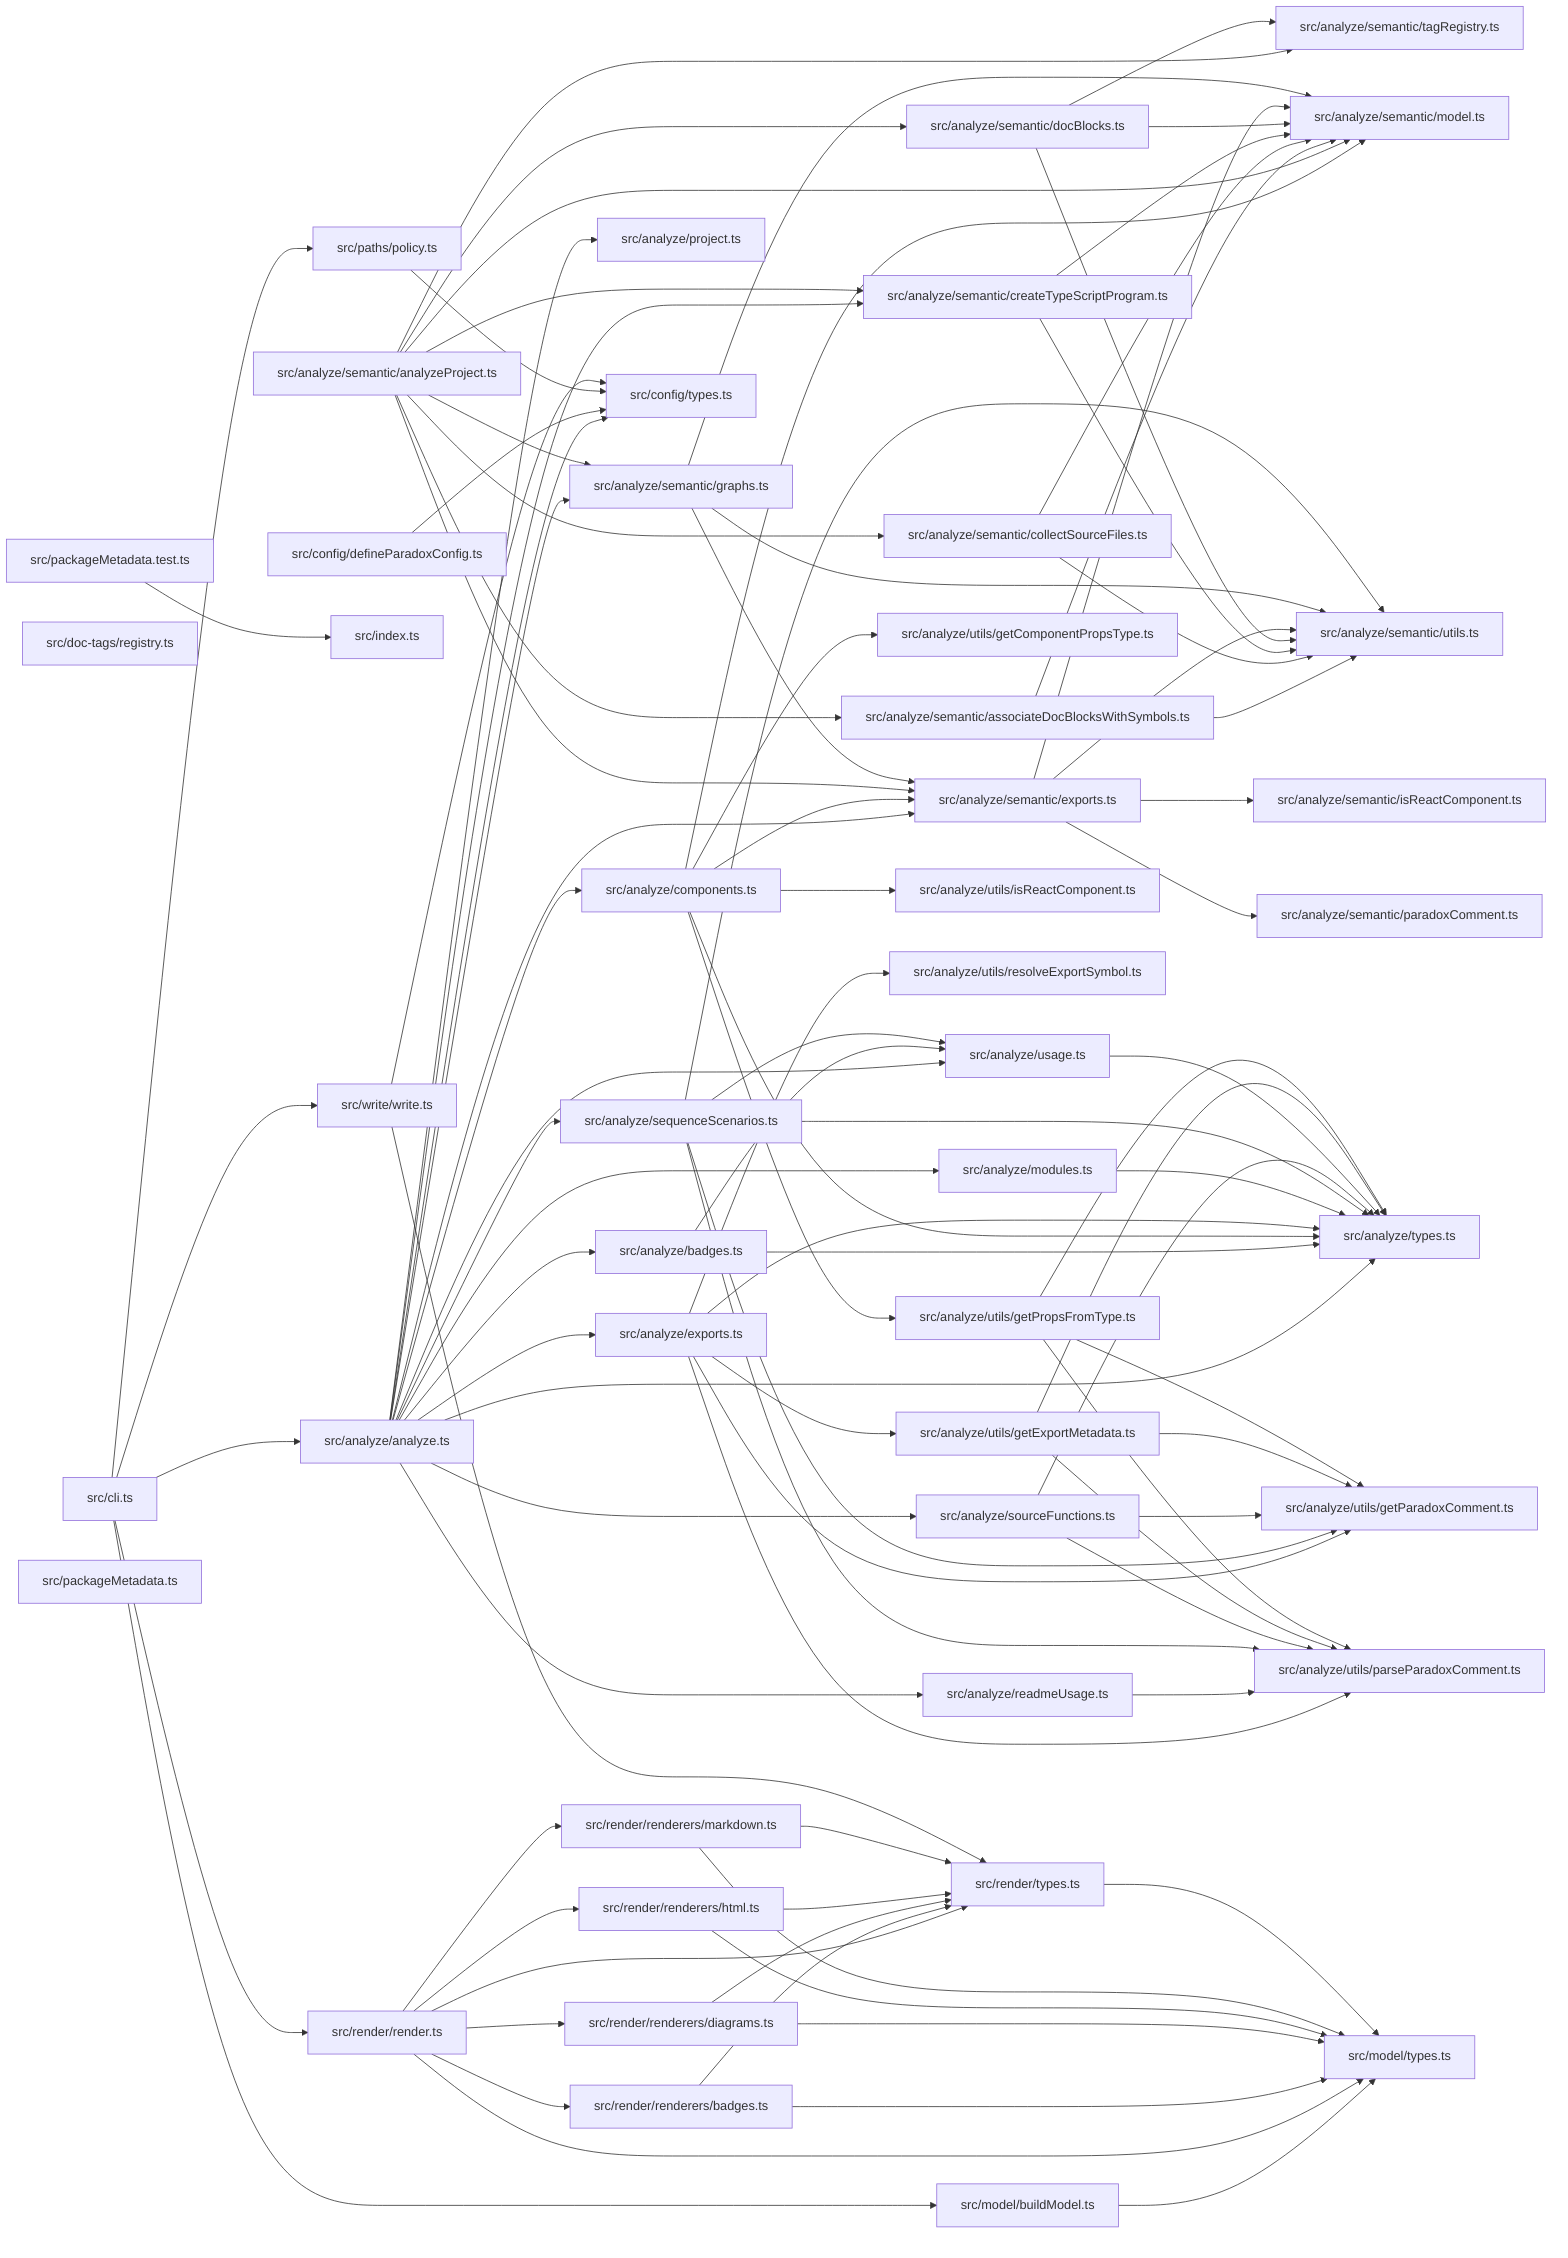
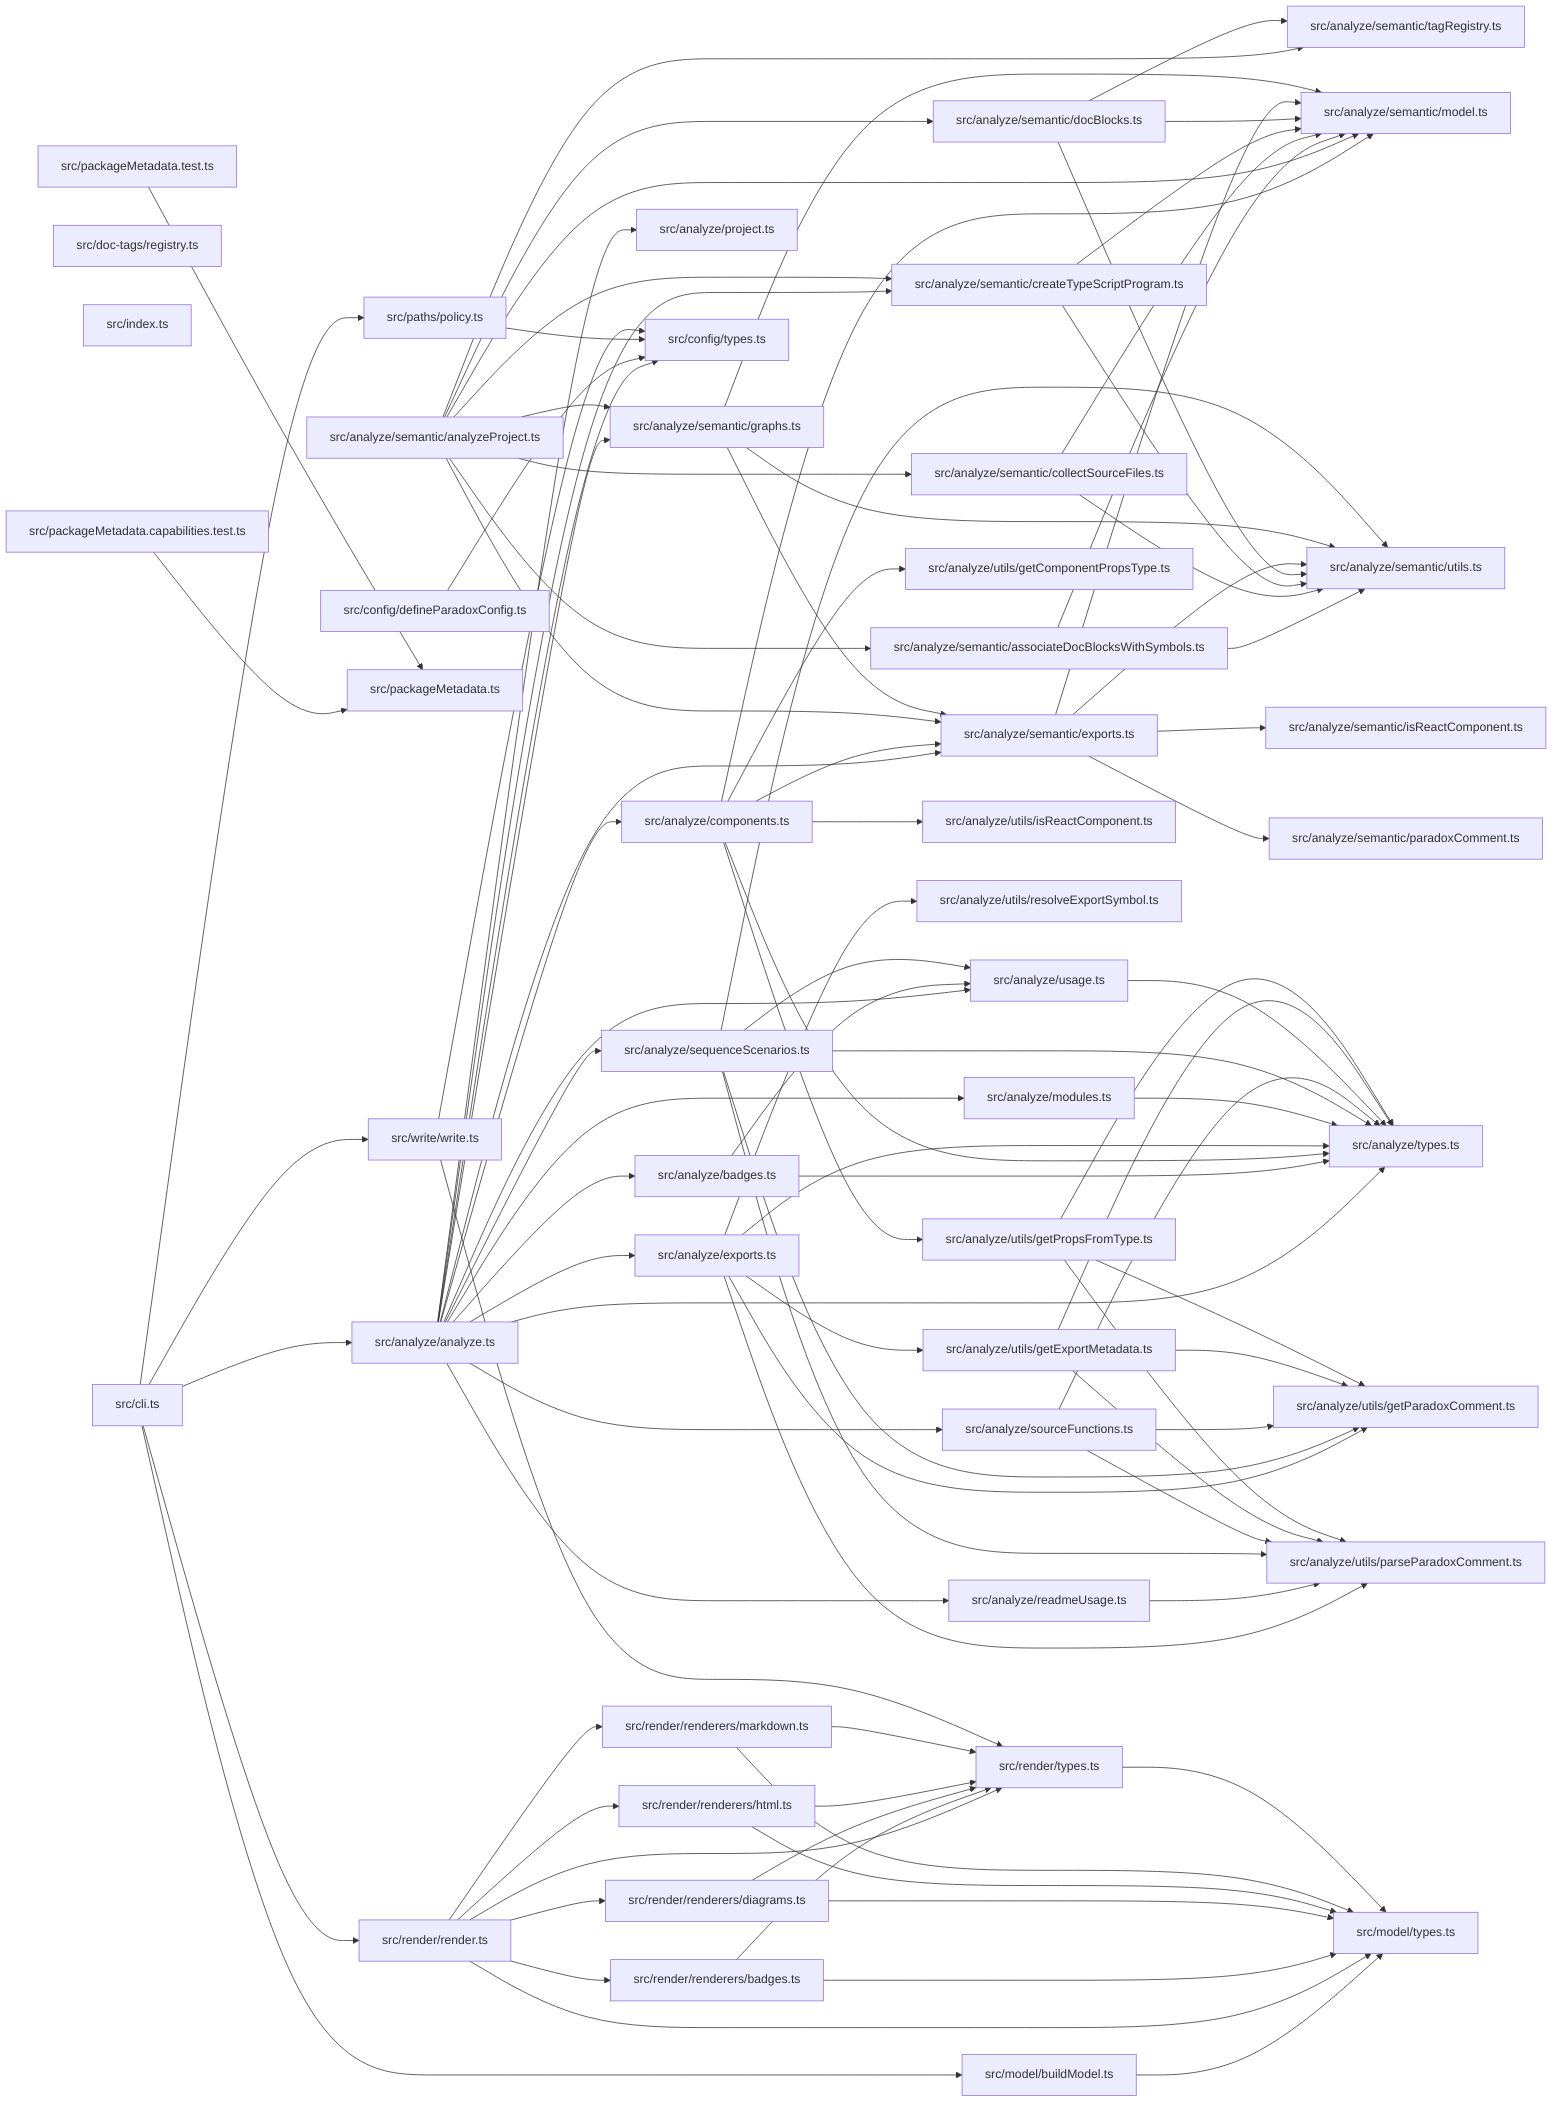
graph LR
  module_src_analyze_analyze_ts["src/analyze/analyze.ts"]
  module_src_analyze_badges_ts["src/analyze/badges.ts"]
  module_src_analyze_components_ts["src/analyze/components.ts"]
  module_src_analyze_exports_ts["src/analyze/exports.ts"]
  module_src_analyze_modules_ts["src/analyze/modules.ts"]
  module_src_analyze_project_ts["src/analyze/project.ts"]
  module_src_analyze_readmeUsage_ts["src/analyze/readmeUsage.ts"]
  module_src_analyze_semantic_analyzeProject_ts["src/analyze/semantic/analyzeProject.ts"]
  module_src_analyze_semantic_associateDocBlocksWithSymbols_ts["src/analyze/semantic/associateDocBlocksWithSymbols.ts"]
  module_src_analyze_semantic_collectSourceFiles_ts["src/analyze/semantic/collectSourceFiles.ts"]
  module_src_analyze_semantic_createTypeScriptProgram_ts["src/analyze/semantic/createTypeScriptProgram.ts"]
  module_src_analyze_semantic_docBlocks_ts["src/analyze/semantic/docBlocks.ts"]
  module_src_analyze_semantic_exports_ts["src/analyze/semantic/exports.ts"]
  module_src_analyze_semantic_graphs_ts["src/analyze/semantic/graphs.ts"]
  module_src_analyze_semantic_isReactComponent_ts["src/analyze/semantic/isReactComponent.ts"]
  module_src_analyze_semantic_model_ts["src/analyze/semantic/model.ts"]
  module_src_analyze_semantic_paradoxComment_ts["src/analyze/semantic/paradoxComment.ts"]
  module_src_analyze_semantic_tagRegistry_ts["src/analyze/semantic/tagRegistry.ts"]
  module_src_analyze_semantic_utils_ts["src/analyze/semantic/utils.ts"]
  module_src_analyze_sequenceScenarios_ts["src/analyze/sequenceScenarios.ts"]
  module_src_analyze_sourceFunctions_ts["src/analyze/sourceFunctions.ts"]
  module_src_analyze_types_ts["src/analyze/types.ts"]
  module_src_analyze_usage_ts["src/analyze/usage.ts"]
  module_src_analyze_utils_getComponentPropsType_ts["src/analyze/utils/getComponentPropsType.ts"]
  module_src_analyze_utils_getExportMetadata_ts["src/analyze/utils/getExportMetadata.ts"]
  module_src_analyze_utils_getParadoxComment_ts["src/analyze/utils/getParadoxComment.ts"]
  module_src_analyze_utils_getPropsFromType_ts["src/analyze/utils/getPropsFromType.ts"]
  module_src_analyze_utils_isReactComponent_ts["src/analyze/utils/isReactComponent.ts"]
  module_src_analyze_utils_parseParadoxComment_ts["src/analyze/utils/parseParadoxComment.ts"]
  module_src_analyze_utils_resolveExportSymbol_ts["src/analyze/utils/resolveExportSymbol.ts"]
  module_src_cli_ts["src/cli.ts"]
  module_src_config_defineParadoxConfig_ts["src/config/defineParadoxConfig.ts"]
  module_src_config_types_ts["src/config/types.ts"]
  module_src_doc_tags_registry_ts["src/doc-tags/registry.ts"]
  module_src_index_ts["src/index.ts"]
  module_src_model_buildModel_ts["src/model/buildModel.ts"]
  module_src_model_types_ts["src/model/types.ts"]
+   module_src_packageMetadata_capabilities_test_ts["src/packageMetadata.capabilities.test.ts"]
  module_src_packageMetadata_test_ts["src/packageMetadata.test.ts"]
  module_src_packageMetadata_ts["src/packageMetadata.ts"]
  module_src_paths_policy_ts["src/paths/policy.ts"]
  module_src_render_render_ts["src/render/render.ts"]
  module_src_render_renderers_badges_ts["src/render/renderers/badges.ts"]
  module_src_render_renderers_diagrams_ts["src/render/renderers/diagrams.ts"]
  module_src_render_renderers_html_ts["src/render/renderers/html.ts"]
  module_src_render_renderers_markdown_ts["src/render/renderers/markdown.ts"]
  module_src_render_types_ts["src/render/types.ts"]
  module_src_write_write_ts["src/write/write.ts"]
  module_src_analyze_analyze_ts --> module_src_analyze_badges_ts
  module_src_analyze_analyze_ts --> module_src_analyze_components_ts
  module_src_analyze_analyze_ts --> module_src_analyze_exports_ts
  module_src_analyze_analyze_ts --> module_src_analyze_modules_ts
  module_src_analyze_analyze_ts --> module_src_analyze_project_ts
  module_src_analyze_analyze_ts --> module_src_analyze_readmeUsage_ts
  module_src_analyze_analyze_ts --> module_src_analyze_semantic_createTypeScriptProgram_ts
  module_src_analyze_analyze_ts --> module_src_analyze_semantic_exports_ts
  module_src_analyze_analyze_ts --> module_src_analyze_semantic_graphs_ts
  module_src_analyze_analyze_ts --> module_src_analyze_sequenceScenarios_ts
  module_src_analyze_analyze_ts --> module_src_analyze_sourceFunctions_ts
  module_src_analyze_analyze_ts --> module_src_analyze_types_ts
  module_src_analyze_analyze_ts --> module_src_analyze_usage_ts
  module_src_analyze_analyze_ts --> module_src_config_types_ts
  module_src_analyze_badges_ts --> module_src_analyze_types_ts
  module_src_analyze_badges_ts --> module_src_analyze_usage_ts
  module_src_analyze_components_ts --> module_src_analyze_semantic_exports_ts
  module_src_analyze_components_ts --> module_src_analyze_semantic_model_ts
  module_src_analyze_components_ts --> module_src_analyze_types_ts
  module_src_analyze_components_ts --> module_src_analyze_utils_getComponentPropsType_ts
  module_src_analyze_components_ts --> module_src_analyze_utils_getPropsFromType_ts
  module_src_analyze_components_ts --> module_src_analyze_utils_isReactComponent_ts
  module_src_analyze_exports_ts --> module_src_analyze_types_ts
  module_src_analyze_exports_ts --> module_src_analyze_utils_getExportMetadata_ts
  module_src_analyze_exports_ts --> module_src_analyze_utils_getParadoxComment_ts
  module_src_analyze_exports_ts --> module_src_analyze_utils_parseParadoxComment_ts
  module_src_analyze_exports_ts --> module_src_analyze_utils_resolveExportSymbol_ts
  module_src_analyze_modules_ts --> module_src_analyze_types_ts
  module_src_analyze_readmeUsage_ts --> module_src_analyze_utils_parseParadoxComment_ts
  module_src_analyze_semantic_analyzeProject_ts --> module_src_analyze_semantic_associateDocBlocksWithSymbols_ts
  module_src_analyze_semantic_analyzeProject_ts --> module_src_analyze_semantic_collectSourceFiles_ts
  module_src_analyze_semantic_analyzeProject_ts --> module_src_analyze_semantic_createTypeScriptProgram_ts
  module_src_analyze_semantic_analyzeProject_ts --> module_src_analyze_semantic_docBlocks_ts
  module_src_analyze_semantic_analyzeProject_ts --> module_src_analyze_semantic_exports_ts
  module_src_analyze_semantic_analyzeProject_ts --> module_src_analyze_semantic_graphs_ts
  module_src_analyze_semantic_analyzeProject_ts --> module_src_analyze_semantic_model_ts
  module_src_analyze_semantic_analyzeProject_ts --> module_src_analyze_semantic_tagRegistry_ts
  module_src_analyze_semantic_associateDocBlocksWithSymbols_ts --> module_src_analyze_semantic_model_ts
  module_src_analyze_semantic_associateDocBlocksWithSymbols_ts --> module_src_analyze_semantic_utils_ts
  module_src_analyze_semantic_collectSourceFiles_ts --> module_src_analyze_semantic_model_ts
  module_src_analyze_semantic_collectSourceFiles_ts --> module_src_analyze_semantic_utils_ts
  module_src_analyze_semantic_createTypeScriptProgram_ts --> module_src_analyze_semantic_model_ts
  module_src_analyze_semantic_createTypeScriptProgram_ts --> module_src_analyze_semantic_utils_ts
  module_src_analyze_semantic_docBlocks_ts --> module_src_analyze_semantic_model_ts
  module_src_analyze_semantic_docBlocks_ts --> module_src_analyze_semantic_tagRegistry_ts
  module_src_analyze_semantic_docBlocks_ts --> module_src_analyze_semantic_utils_ts
  module_src_analyze_semantic_exports_ts --> module_src_analyze_semantic_isReactComponent_ts
  module_src_analyze_semantic_exports_ts --> module_src_analyze_semantic_model_ts
  module_src_analyze_semantic_exports_ts --> module_src_analyze_semantic_paradoxComment_ts
  module_src_analyze_semantic_exports_ts --> module_src_analyze_semantic_utils_ts
  module_src_analyze_semantic_graphs_ts --> module_src_analyze_semantic_exports_ts
  module_src_analyze_semantic_graphs_ts --> module_src_analyze_semantic_model_ts
  module_src_analyze_semantic_graphs_ts --> module_src_analyze_semantic_utils_ts
  module_src_analyze_sequenceScenarios_ts --> module_src_analyze_semantic_utils_ts
  module_src_analyze_sequenceScenarios_ts --> module_src_analyze_types_ts
  module_src_analyze_sequenceScenarios_ts --> module_src_analyze_usage_ts
  module_src_analyze_sequenceScenarios_ts --> module_src_analyze_utils_getParadoxComment_ts
  module_src_analyze_sequenceScenarios_ts --> module_src_analyze_utils_parseParadoxComment_ts
  module_src_analyze_sourceFunctions_ts --> module_src_analyze_types_ts
  module_src_analyze_sourceFunctions_ts --> module_src_analyze_utils_getParadoxComment_ts
  module_src_analyze_sourceFunctions_ts --> module_src_analyze_utils_parseParadoxComment_ts
  module_src_analyze_usage_ts --> module_src_analyze_types_ts
  module_src_analyze_utils_getExportMetadata_ts --> module_src_analyze_types_ts
  module_src_analyze_utils_getExportMetadata_ts --> module_src_analyze_utils_getParadoxComment_ts
  module_src_analyze_utils_getExportMetadata_ts --> module_src_analyze_utils_parseParadoxComment_ts
  module_src_analyze_utils_getPropsFromType_ts --> module_src_analyze_types_ts
  module_src_analyze_utils_getPropsFromType_ts --> module_src_analyze_utils_getParadoxComment_ts
  module_src_analyze_utils_getPropsFromType_ts --> module_src_analyze_utils_parseParadoxComment_ts
  module_src_cli_ts --> module_src_analyze_analyze_ts
  module_src_cli_ts --> module_src_model_buildModel_ts
  module_src_cli_ts --> module_src_paths_policy_ts
  module_src_cli_ts --> module_src_render_render_ts
  module_src_cli_ts --> module_src_write_write_ts
  module_src_config_defineParadoxConfig_ts --> module_src_config_types_ts
  module_src_model_buildModel_ts --> module_src_model_types_ts
-   module_src_packageMetadata_test_ts --> module_src_index_ts
+   module_src_packageMetadata_capabilities_test_ts --> module_src_packageMetadata_ts
+   module_src_packageMetadata_test_ts --> module_src_packageMetadata_ts
  module_src_paths_policy_ts --> module_src_config_types_ts
  module_src_render_render_ts --> module_src_model_types_ts
  module_src_render_render_ts --> module_src_render_renderers_badges_ts
  module_src_render_render_ts --> module_src_render_renderers_diagrams_ts
  module_src_render_render_ts --> module_src_render_renderers_html_ts
  module_src_render_render_ts --> module_src_render_renderers_markdown_ts
  module_src_render_render_ts --> module_src_render_types_ts
  module_src_render_renderers_badges_ts --> module_src_model_types_ts
  module_src_render_renderers_badges_ts --> module_src_render_types_ts
  module_src_render_renderers_diagrams_ts --> module_src_model_types_ts
  module_src_render_renderers_diagrams_ts --> module_src_render_types_ts
  module_src_render_renderers_html_ts --> module_src_model_types_ts
  module_src_render_renderers_html_ts --> module_src_render_types_ts
  module_src_render_renderers_markdown_ts --> module_src_model_types_ts
  module_src_render_renderers_markdown_ts --> module_src_render_types_ts
  module_src_render_types_ts --> module_src_model_types_ts
  module_src_write_write_ts --> module_src_config_types_ts
  module_src_write_write_ts --> module_src_render_types_ts
